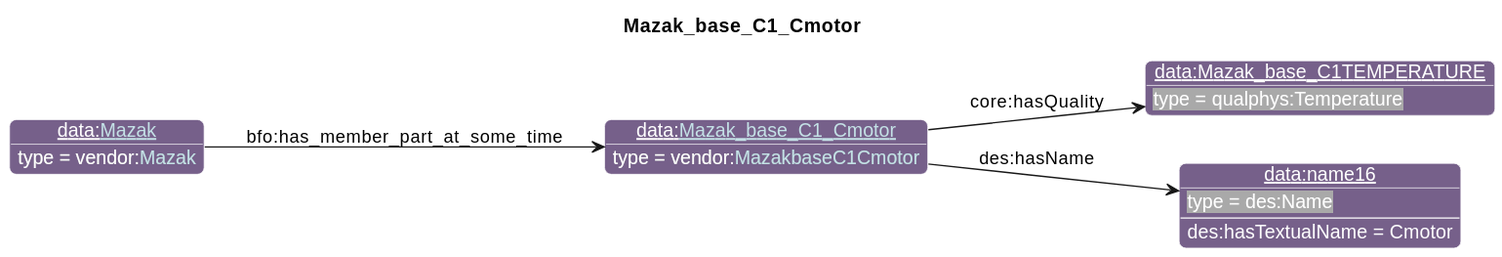
iofoundry/example-syseng-mtconnect keeps this PlantUML diagram as diagrams/Mazak_base_C1_Cmotor.svg. Above is the earlier version. Its diagram source:
```plantuml
@startuml
!include ../iof.iuml

<style>
object {
  HyperlinkColor #C4E1E6
}
</style>

left to right direction
skinparam linetype polyline
title Mazak_base_C1_Cmotor

!$default_direction = down

!$namespace_colors = { "bfo":"DFA702",
                      "iof":"1E90FF",
                      "ns":"Green",
                      "ns1":"76608A",
                      "core":"000000",
                      "ex":"Green",
                      "data":"76608A",
                      "vendor":"76608A",
                      "units":"8A2D3B",
                      "cmns-dsg":"3A0519",
                      "qp":"641B2E"
      }
individual(o0, data:[[./Mazak_base_C1_Cmotor.html Mazak_base_C1_Cmotor]], vendor:[[../Mazak.html#MazakbaseC1Cmotor MazakbaseC1Cmotor]])
individual(o1, data:Mazak_base_C1TEMPERATURE, qualphys:Temperature)
individual(o2, data:name16, des:Name)
individual(o3, data:[[./Mazak.html Mazak]], vendor:[[../Mazak.html#Mazak Mazak]])
property(o0, "core:hasQuality", o1)
property(o0, "des:hasName", o2)
data(o2, "des:hasTextualName", "Cmotor")
property(o3, "bfo:has_member_part_at_some_time", o0)
@enduml
```
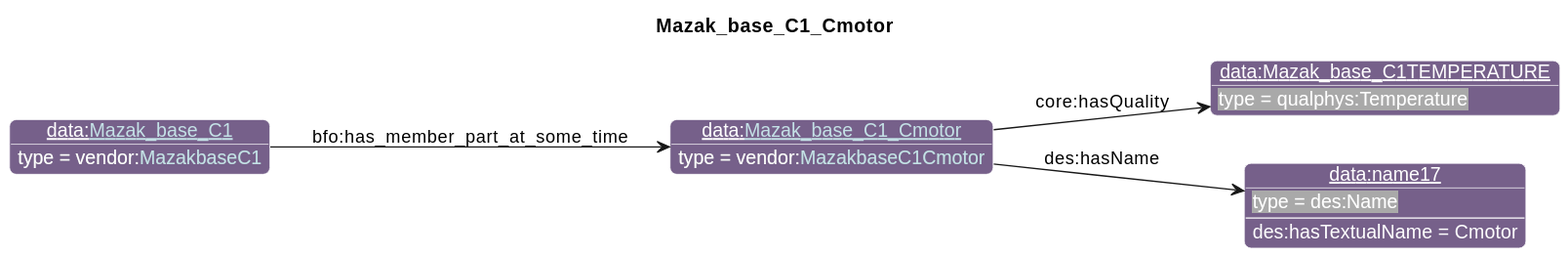
The same diagram one commit later.

What changed in the source:
```diff
@@ -27,8 +27,8 @@
       }
 individual(o0, data:[[./Mazak_base_C1_Cmotor.html Mazak_base_C1_Cmotor]], vendor:[[../Mazak.html#MazakbaseC1Cmotor MazakbaseC1Cmotor]])
 individual(o1, data:Mazak_base_C1TEMPERATURE, qualphys:Temperature)
-individual(o2, data:name16, des:Name)
-individual(o3, data:[[./Mazak.html Mazak]], vendor:[[../Mazak.html#Mazak Mazak]])
+individual(o2, data:name17, des:Name)
+individual(o3, data:[[./Mazak_base_C1.html Mazak_base_C1]], vendor:[[../Mazak.html#MazakbaseC1 MazakbaseC1]])
 property(o0, "core:hasQuality", o1)
 property(o0, "des:hasName", o2)
 data(o2, "des:hasTextualName", "Cmotor")
```
